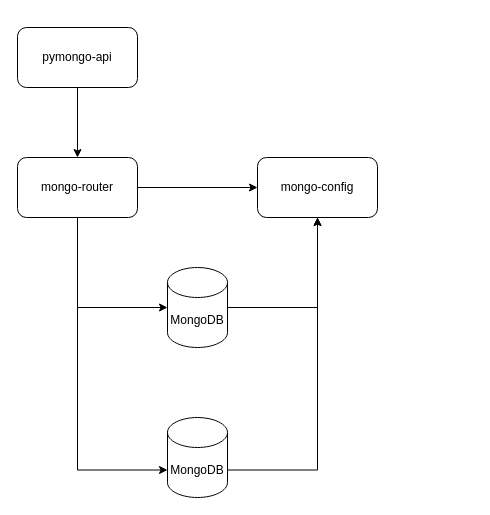
Earlier version of the draw.io diagram diagrams/sharding.drawio (LeontevVS/architecture-black_friday). Source tidied: cells renumbered, new cells numbered last; positions are measured from the earlier drawing's top-left corner, leaving out a move shared by most shapes. Both pictures are drawn from the tidied source at 100%, with x=0, y=0 at pixel (17, 27).
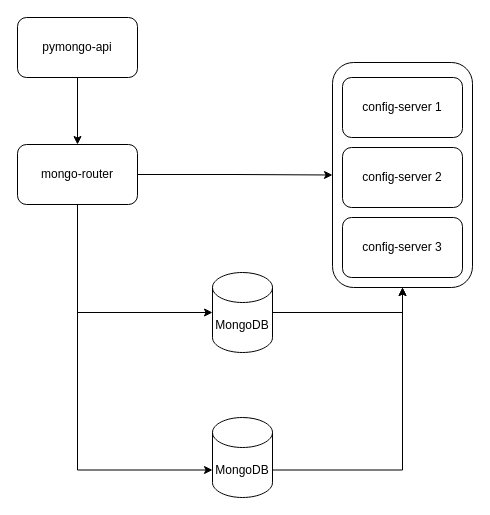
After the change.

Commit message (it also covers changes not shown here):
added_config_server_replica

Change to the diagram source:
```diff
@@
 <mxGraphModel>
   <root>
     <mxCell id="0" />
     <mxCell id="1" parent="0" />
-    <mxCell id="2" style="edgeStyle=orthogonalEdgeStyle;rounded=0;jettySize=auto;html=1;exitX=1;exitY=0.5;exitDx=0;exitDy=0;exitPerimeter=0;" parent="1" edge="1" source="3" target="8">
-      <mxGeometry relative="1" as="geometry" />
-    </mxCell>
-    <mxCell id="3" value="MongoDB" style="shape=cylinder3;whiteSpace=wrap;html=1;boundedLbl=1;backgroundOutline=1;size=15;" parent="1" vertex="1">
-      <mxGeometry x="150" y="240" width="60" height="80" as="geometry" />
-    </mxCell>
+    <mxCell id="13" style="edgeStyle=orthogonalEdgeStyle;rounded=0;jettySize=auto;html=1;exitX=1;exitY=0.5;exitDx=0;exitDy=0;exitPerimeter=0;entryX=0.5;entryY=1;entryDx=0;entryDy=0;" parent="1" edge="1" source="14" target="16">
+      <mxGeometry relative="1" as="geometry" />
+    </mxCell>
+    <mxCell id="14" value="MongoDB" style="shape=cylinder3;whiteSpace=wrap;html=1;boundedLbl=1;backgroundOutline=1;size=15;" parent="1" vertex="1">
+      <mxGeometry x="195" y="245" width="60" height="80" as="geometry" />
+    </mxCell>
     <mxCell id="4" style="edgeStyle=orthogonalEdgeStyle;rounded=0;jettySize=auto;html=1;exitX=0.5;exitY=1;exitDx=0;exitDy=0;" parent="1" edge="1" source="5" target="7">
       <mxGeometry relative="1" as="geometry" />
     </mxCell>
     <mxCell id="5" value="pymongo-api" style="rounded=1;whiteSpace=wrap;html=1;" parent="1" vertex="1">
-      <mxGeometry width="120" height="60" as="geometry" />
+      <mxGeometry y="-10" width="120" height="60" as="geometry" />
     </mxCell>
-    <mxCell id="6" style="edgeStyle=orthogonalEdgeStyle;rounded=0;jettySize=auto;html=1;exitX=1;exitY=0.5;exitDx=0;exitDy=0;entryX=0;entryY=0.5;entryDx=0;entryDy=0;" parent="1" edge="1" source="7" target="8">
-      <mxGeometry relative="1" as="geometry" />
-    </mxCell>
+    <mxCell id="15" style="edgeStyle=orthogonalEdgeStyle;rounded=0;jettySize=auto;html=1;exitX=1;exitY=0.5;exitDx=0;exitDy=0;entryX=0;entryY=0.5;entryDx=0;entryDy=0;" parent="1" edge="1" source="7" target="16">
+      <mxGeometry relative="1" as="geometry" />
+    </mxCell>
     <mxCell id="7" value="mongo-router" style="rounded=1;whiteSpace=wrap;html=1;" parent="1" vertex="1">
-      <mxGeometry y="130" width="120" height="60" as="geometry" />
+      <mxGeometry y="117" width="120" height="60" as="geometry" />
     </mxCell>
-    <mxCell id="8" value="mongo-config" style="rounded=1;whiteSpace=wrap;html=1;" parent="1" vertex="1">
-      <mxGeometry x="240" y="130" width="120" height="60" as="geometry" />
-    </mxCell>
-    <mxCell id="9" style="edgeStyle=orthogonalEdgeStyle;rounded=0;jettySize=auto;html=1;exitX=1;exitY=0;exitDx=0;exitDy=52.5;exitPerimeter=0;entryX=0.5;entryY=1;entryDx=0;entryDy=0;" parent="1" edge="1" source="10" target="8">
-      <mxGeometry relative="1" as="geometry" />
-    </mxCell>
-    <mxCell id="10" value="MongoDB" style="shape=cylinder3;whiteSpace=wrap;html=1;boundedLbl=1;backgroundOutline=1;size=15;" parent="1" vertex="1">
-      <mxGeometry x="150" y="390" width="60" height="80" as="geometry" />
-    </mxCell>
-    <mxCell id="11" style="edgeStyle=orthogonalEdgeStyle;rounded=0;jettySize=auto;html=1;exitX=0.5;exitY=1;exitDx=0;exitDy=0;entryX=0;entryY=0.5;entryDx=0;entryDy=0;entryPerimeter=0;" parent="1" edge="1" source="7" target="3">
-      <mxGeometry relative="1" as="geometry" />
-    </mxCell>
-    <mxCell id="12" style="edgeStyle=orthogonalEdgeStyle;rounded=0;jettySize=auto;html=1;exitX=0.5;exitY=1;exitDx=0;exitDy=0;entryX=0;entryY=0;entryDx=0;entryDy=52.5;entryPerimeter=0;" parent="1" edge="1" source="7" target="10">
-      <mxGeometry relative="1" as="geometry" />
-    </mxCell>
+    <mxCell id="16" style="rounded=1;whiteSpace=wrap;html=1;" parent="1" vertex="1">
+      <mxGeometry x="315" y="35" width="140" height="225" as="geometry" />
+    </mxCell>
+    <mxCell id="17" style="edgeStyle=orthogonalEdgeStyle;rounded=0;jettySize=auto;html=1;exitX=1;exitY=0;exitDx=0;exitDy=52.5;exitPerimeter=0;entryX=0.5;entryY=1;entryDx=0;entryDy=0;" parent="1" edge="1" source="18" target="16">
+      <mxGeometry relative="1" as="geometry" />
+    </mxCell>
+    <mxCell id="18" value="MongoDB" style="shape=cylinder3;whiteSpace=wrap;html=1;boundedLbl=1;backgroundOutline=1;size=15;" parent="1" vertex="1">
+      <mxGeometry x="195" y="390" width="60" height="80" as="geometry" />
+    </mxCell>
+    <mxCell id="19" style="edgeStyle=orthogonalEdgeStyle;rounded=0;jettySize=auto;html=1;exitX=0.5;exitY=1;exitDx=0;exitDy=0;entryX=0;entryY=0.5;entryDx=0;entryDy=0;entryPerimeter=0;" parent="1" edge="1" source="7" target="14">
+      <mxGeometry relative="1" as="geometry" />
+    </mxCell>
+    <mxCell id="20" style="edgeStyle=orthogonalEdgeStyle;rounded=0;jettySize=auto;html=1;exitX=0.5;exitY=1;exitDx=0;exitDy=0;entryX=0;entryY=0;entryDx=0;entryDy=52.5;entryPerimeter=0;" parent="1" edge="1" source="7" target="18">
+      <mxGeometry relative="1" as="geometry" />
+    </mxCell>
+    <mxCell id="21" value="config-server 2" style="rounded=1;whiteSpace=wrap;html=1;" parent="1" vertex="1">
+      <mxGeometry x="325" y="120" width="120" height="60" as="geometry" />
+    </mxCell>
+    <mxCell id="22" value="config-server 3" style="rounded=1;whiteSpace=wrap;html=1;" parent="1" vertex="1">
+      <mxGeometry x="325" y="190" width="120" height="60" as="geometry" />
+    </mxCell>
+    <mxCell id="23" value="config-server 1" style="rounded=1;whiteSpace=wrap;html=1;" parent="1" vertex="1">
+      <mxGeometry x="325" y="50" width="120" height="60" as="geometry" />
+    </mxCell>
   </root>
 </mxGraphModel>
```
